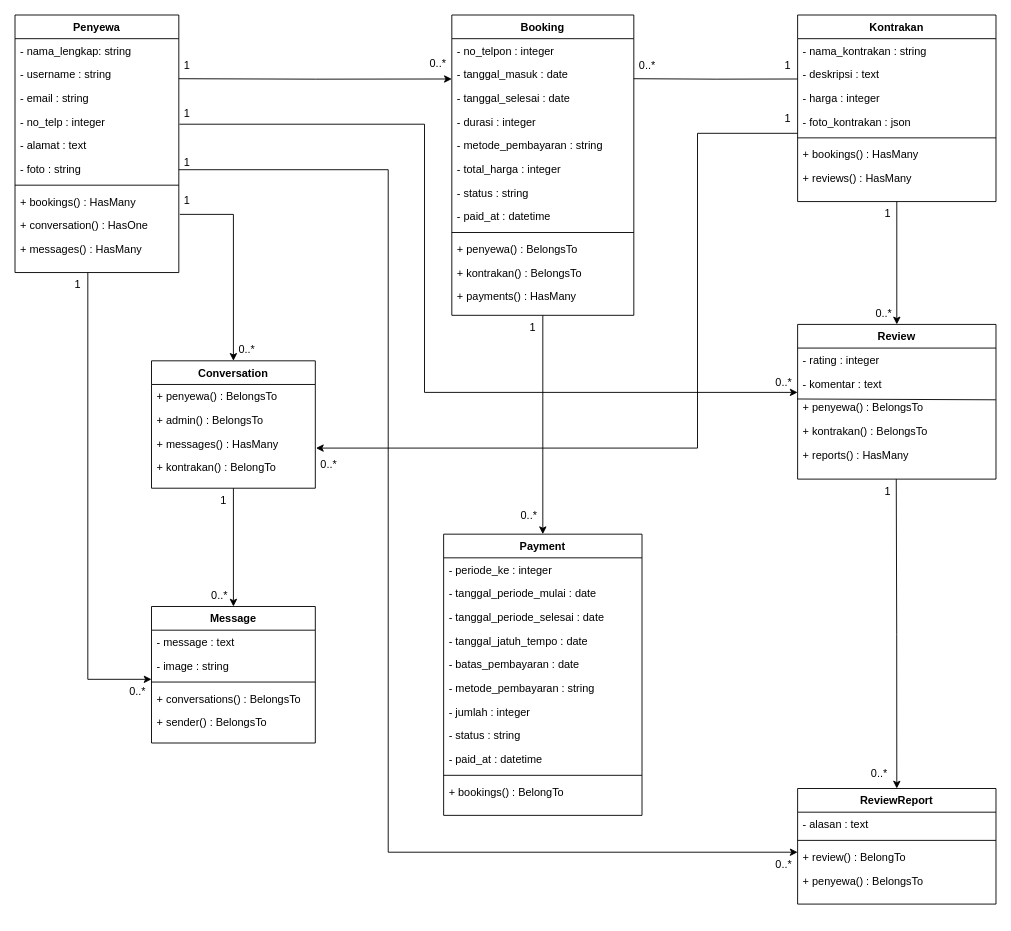
Earlier version of the draw.io diagram page "class diagram 1" (1 of 2) of Classs Diagram.drawio (rizkyanandakinan23/kontrakan-app_2). Source tidied: cells renumbered, new cells numbered last; positions are measured from the earlier drawing's top-left corner, leaving out a move shared by most shapes. Both pictures are drawn from the tidied source at 91%, with x=0, y=0 at pixel (15, 15).
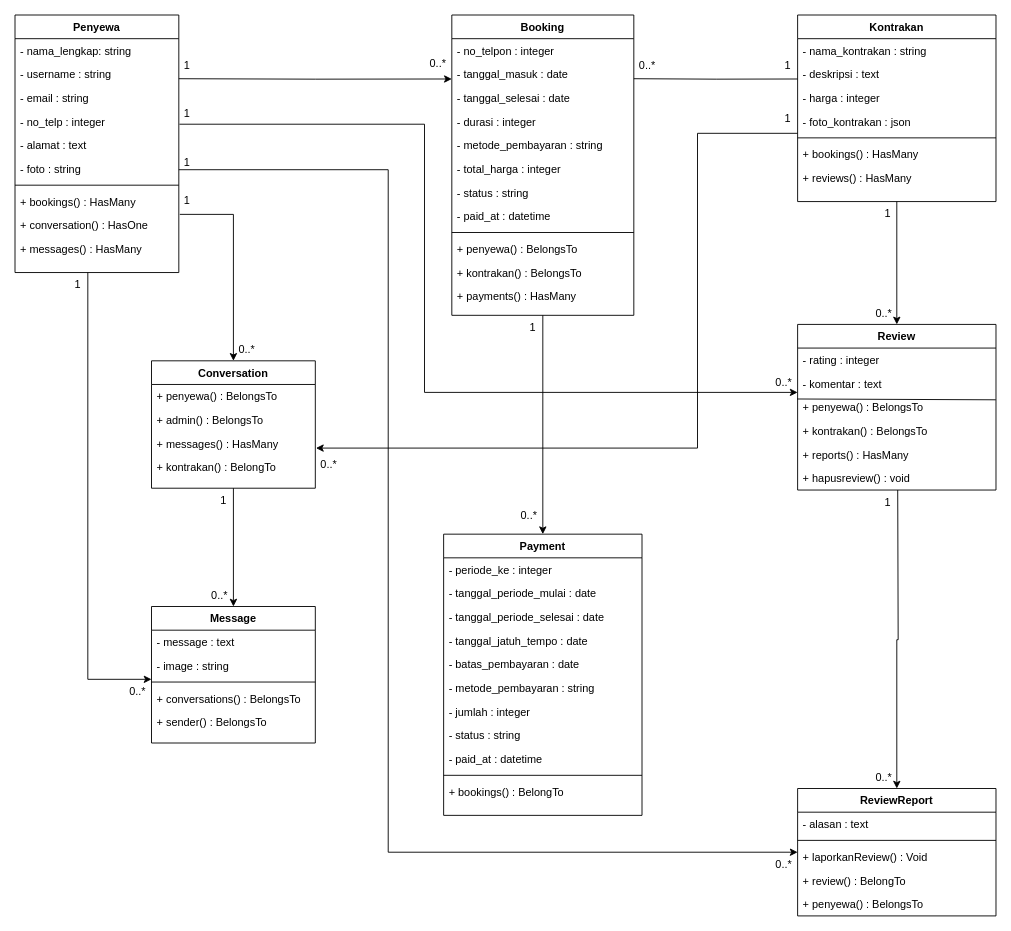
The same page after the edit.

What changed in the source:
```diff
@@
     <mxCell id="58" value="Review" style="swimlane;fontStyle=1;align=center;verticalAlign=top;horizontal=1;startSize=26;rounded=0;shadow=0;strokeWidth=1;" parent="1" vertex="1">
-      <mxGeometry x="860" y="340" width="218" height="170" as="geometry" />
+      <mxGeometry x="860" y="340" width="218" height="182" as="geometry" />
     </mxCell>
@@
+    <mxCell id="102" value="+ hapusreview() : void" style="text;align=left;verticalAlign=top;spacingLeft=4;spacingRight=4;overflow=hidden;rounded=0;shadow=0;html=0;" parent="58" vertex="1">
+      <mxGeometry y="156" width="218" height="26" as="geometry" />
+    </mxCell>
     <mxCell id="65" value="ReviewReport" style="swimlane;fontStyle=1;align=center;verticalAlign=top;horizontal=1;startSize=26;rounded=0;shadow=0;strokeWidth=1;" parent="1" vertex="1">
-      <mxGeometry x="860" y="850" width="218" height="127" as="geometry" />
+      <mxGeometry x="860" y="850" width="218" height="140" as="geometry" />
     </mxCell>
@@
+    <mxCell id="103" value="+ laporkanReview() : Void" style="text;align=left;verticalAlign=top;spacingLeft=4;spacingRight=4;overflow=hidden;rounded=0;shadow=0;html=0;" parent="65" vertex="1">
+      <mxGeometry y="62" width="218" height="26" as="geometry" />
+    </mxCell>
     <mxCell id="68" value="+ review() : BelongTo" style="text;align=left;verticalAlign=top;spacingLeft=4;spacingRight=4;overflow=hidden;rounded=0;shadow=0;html=0;" parent="65" vertex="1">
-      <mxGeometry y="62" width="218" height="26" as="geometry" />
+      <mxGeometry y="88" width="218" height="26" as="geometry" />
     </mxCell>
     <mxCell id="69" value="+ penyewa() : BelongsTo" style="text;align=left;verticalAlign=top;spacingLeft=4;spacingRight=4;overflow=hidden;rounded=0;shadow=0;html=0;" parent="65" vertex="1">
-      <mxGeometry y="88" width="218" height="26" as="geometry" />
+      <mxGeometry y="114" width="218" height="26" as="geometry" />
     </mxCell>
@@
-    <mxCell id="74" style="edgeStyle=orthogonalEdgeStyle;rounded=0;jettySize=auto;html=1;exitX=0.5;exitY=1;exitDx=0;exitDy=0;entryX=0.5;entryY=0;entryDx=0;entryDy=0;" parent="1" edge="1" target="65">
-      <mxGeometry relative="1" as="geometry">
-        <mxPoint x="968.4" y="510" as="sourcePoint" />
-      </mxGeometry>
-    </mxCell>
@@
     <mxCell id="92" value="1" style="text;align=left;verticalAlign=top;spacingLeft=4;spacingRight=4;overflow=hidden;rounded=0;shadow=0;html=0;" parent="1" vertex="1">
-      <mxGeometry x="950" y="510" width="20" height="26" as="geometry" />
+      <mxGeometry x="950" y="522" width="20" height="26" as="geometry" />
     </mxCell>
     <mxCell id="93" value="0..*" style="text;align=left;verticalAlign=top;spacingLeft=4;spacingRight=4;overflow=hidden;rounded=0;shadow=0;html=0;" parent="1" vertex="1">
-      <mxGeometry x="935" y="820" width="30" height="26" as="geometry" />
+      <mxGeometry x="940" y="824" width="30" height="26" as="geometry" />
     </mxCell>
@@
+    <mxCell id="104" style="edgeStyle=orthogonalEdgeStyle;rounded=0;jettySize=auto;html=1;entryX=0.5;entryY=0;entryDx=0;entryDy=0;" parent="1" edge="1" target="65">
+      <mxGeometry relative="1" as="geometry">
+        <mxPoint x="970" y="522" as="sourcePoint" />
+      </mxGeometry>
+    </mxCell>
```
